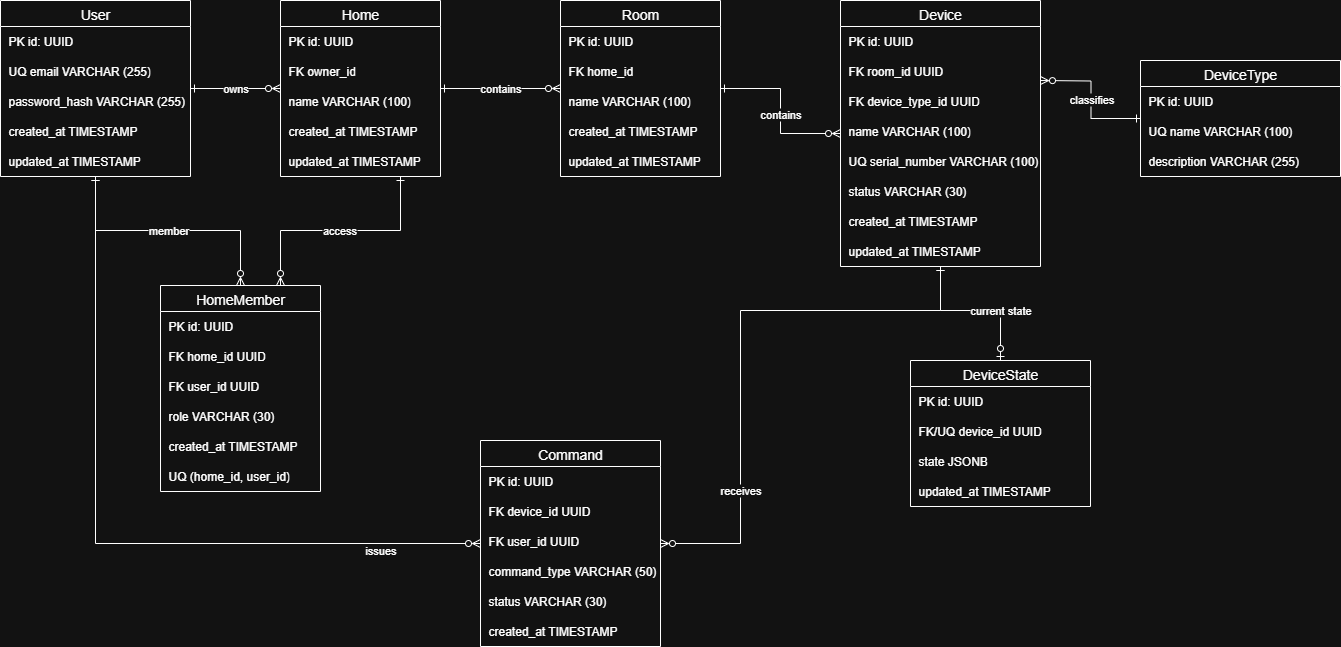
Above: projects/smart-home/erd/smart-home_erd_v2.png in dim5679-byte/system-analyst-portfolio (draw.io), before the change. Source tidied: cells renumbered, new cells last; positions are measured from the earlier drawing's top-left corner, leaving out a move shared by most shapes.
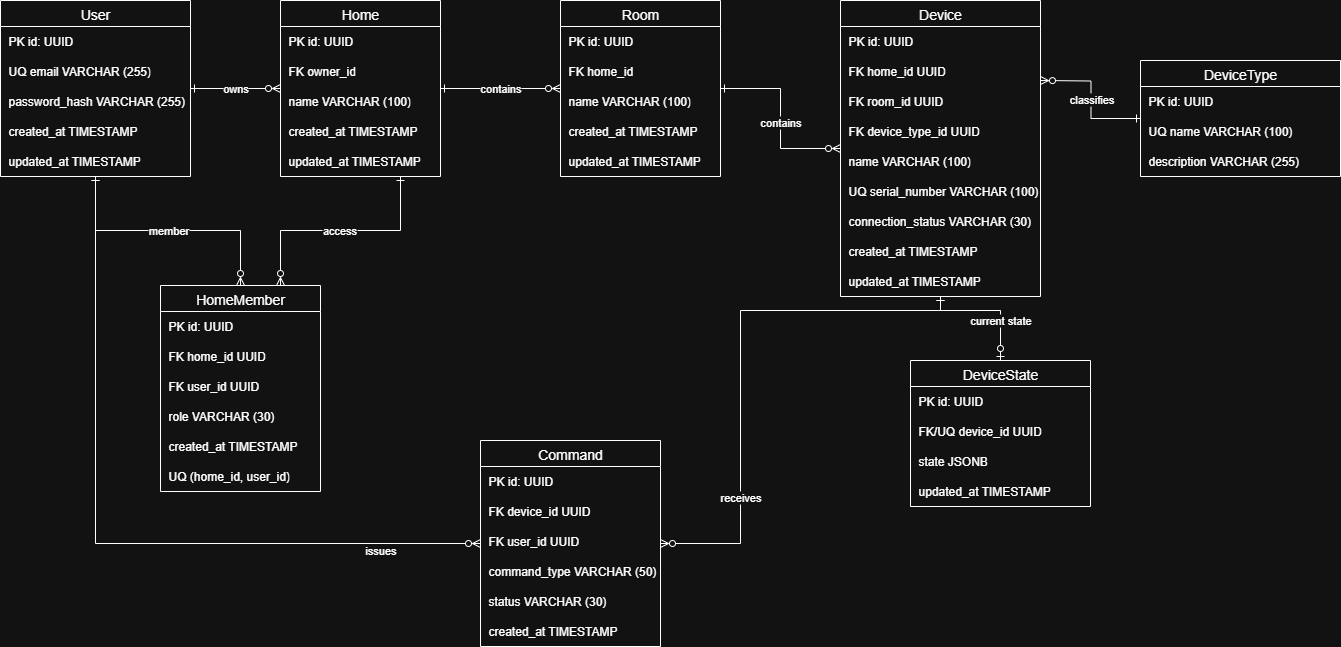
After the commit.

Commit message:
sql: add initial PostgreSQL schema

Create the initial PostgreSQL schema based on the Smart Home ERD,
including tables, primary keys, foreign keys, and basic constraints.

The edit, as a diff of the source:
```diff
@@ -57,31 +57,34 @@
       <mxGeometry y="146" width="160" height="30" as="geometry" />
     </mxCell>
     <mxCell id="20" value="Device" style="swimlane;fontStyle=0;horizontal=1;startSize=26;align=center;fontSize=14;" parent="1" vertex="1">
-      <mxGeometry x="840" width="200" height="266" as="geometry" />
+      <mxGeometry x="840" width="200" height="296" as="geometry" />
     </mxCell>
     <mxCell id="21" value="PK id: UUID" style="shape=partialRectangle;fillColor=none;top=0;left=0;bottom=0;right=0;align=left;spacingLeft=6;overflow=hidden;whiteSpace=wrap;html=1;" parent="20" vertex="1">
       <mxGeometry y="26" width="200" height="30" as="geometry" />
     </mxCell>
+    <mxCell id="61" value="FK home_id UUID" style="shape=partialRectangle;fillColor=none;top=0;left=0;bottom=0;right=0;align=left;spacingLeft=6;overflow=hidden;whiteSpace=wrap;html=1;" parent="20" vertex="1">
+      <mxGeometry y="56" width="200" height="30" as="geometry" />
+    </mxCell>
     <mxCell id="22" value="FK room_id UUID" style="shape=partialRectangle;fillColor=none;top=0;left=0;bottom=0;right=0;align=left;spacingLeft=6;overflow=hidden;whiteSpace=wrap;html=1;" parent="20" vertex="1">
-      <mxGeometry y="56" width="200" height="30" as="geometry" />
+      <mxGeometry y="86" width="200" height="30" as="geometry" />
     </mxCell>
     <mxCell id="23" value="FK device_type_id UUID" style="shape=partialRectangle;fillColor=none;top=0;left=0;bottom=0;right=0;align=left;spacingLeft=6;overflow=hidden;whiteSpace=wrap;html=1;" parent="20" vertex="1">
-      <mxGeometry y="86" width="200" height="30" as="geometry" />
+      <mxGeometry y="116" width="200" height="30" as="geometry" />
     </mxCell>
     <mxCell id="24" value="name VARCHAR (100)" style="shape=partialRectangle;fillColor=none;top=0;left=0;bottom=0;right=0;align=left;spacingLeft=6;overflow=hidden;whiteSpace=wrap;html=1;" parent="20" vertex="1">
-      <mxGeometry y="116" width="200" height="30" as="geometry" />
+      <mxGeometry y="146" width="200" height="30" as="geometry" />
     </mxCell>
     <mxCell id="25" value="UQ serial_number&amp;nbsp;&lt;span style=&quot;color: rgba(0, 0, 0, 0); font-family: monospace; font-size: 0px; text-wrap-mode: nowrap;&quot;&gt;&lt;span style=&quot;color: rgb(255, 255, 255); font-family: Helvetica; font-size: 12px; text-wrap-mode: wrap;&quot;&gt;VARCHAR (100)&lt;/span&gt;%3CmxGraphModel%3E%3Croot%3E%3CmxCell%20id%3D%220%22%2F%3E%3CmxCell%20id%3D%221%22%20parent%3D%220%22%2F%3E%3CmxCell%20id%3D%222%22%20value%3D%22created_at%22%20style%3D%22shape%3DpartialRectangle%3Bconnectable%3D0%3BfillColor%3Dnone%3Btop%3D0%3Bleft%3D0%3Bbottom%3D0%3Bright%3D0%3Balign%3Dleft%3BspacingLeft%3D6%3Boverflow%3Dhidden%3BwhiteSpace%3Dwrap%3Bhtml%3D1%3B%22%20vertex%3D%221%22%20parent%3D%221%22%3E%3CmxGeometry%20x%3D%221020%22%20y%3D%22442%22%20width%3D%22160%22%20height%3D%2230%22%20as%3D%22geometry%22%3E%3CmxRectangle%20width%3D%22150%22%20height%3D%2230%22%20as%3D%22alternateBounds%22%2F%3E%3C%2FmxGeometry%3E%3C%2FmxCell%3E%3C%2Froot%3E%3C%2FmxGraphModel%3E&lt;/span&gt;&lt;span style=&quot;color: rgba(0, 0, 0, 0); font-family: monospace; font-size: 0px; text-wrap-mode: nowrap;&quot;&gt;%3CmxGraphModel%3E%3Croot%3E%3CmxCell%20id%3D%220%22%2F%3E%3CmxCell%20id%3D%221%22%20parent%3D%220%22%2F%3E%3CmxCell%20id%3D%222%22%20value%3D%22created_at%22%20style%3D%22shape%3DpartialRectangle%3Bconnectable%3D0%3BfillColor%3Dnone%3Btop%3D0%3Bleft%3D0%3Bbottom%3D0%3Bright%3D0%3Balign%3Dleft%3BspacingLeft%3D6%3Boverflow%3Dhidden%3BwhiteSpace%3Dwrap%3Bhtml%3D1%3B%22%20vertex%3D%221%22%20parent%3D%221%22%3E%3CmxGeometry%20x%3D%221020%22%20y%3D%22442%22%20width%3D%22160%22%20height%3D%2230%22%20as%3D%22geometry%22%3E%3CmxRectangle%20width%3D%22150%22%20height%3D%2230%22%20as%3D%22alternateBounds%22%2F%3E%3C%2FmxGeometry%3E%3C%2FmxCell%3E%3C%2Froot%3E%3C%2FmxGraphModel%3E&lt;/span&gt;" style="shape=partialRectangle;fillColor=none;top=0;left=0;bottom=0;right=0;align=left;spacingLeft=6;overflow=hidden;whiteSpace=wrap;html=1;" parent="20" vertex="1">
-      <mxGeometry y="146" width="200" height="30" as="geometry" />
+      <mxGeometry y="176" width="200" height="30" as="geometry" />
     </mxCell>
-    <mxCell id="26" value="status VARCHAR (30)" style="shape=partialRectangle;fillColor=none;top=0;left=0;bottom=0;right=0;align=left;spacingLeft=6;overflow=hidden;whiteSpace=wrap;html=1;" parent="20" vertex="1">
-      <mxGeometry y="176" width="200" height="30" as="geometry" />
+    <mxCell id="26" value="connection_status&amp;nbsp;VARCHAR (30)" style="shape=partialRectangle;fillColor=none;top=0;left=0;bottom=0;right=0;align=left;spacingLeft=6;overflow=hidden;whiteSpace=wrap;html=1;" parent="20" vertex="1">
+      <mxGeometry y="206" width="200" height="30" as="geometry" />
     </mxCell>
     <mxCell id="27" value="created_at TIMESTAMP" style="shape=partialRectangle;fillColor=none;top=0;left=0;bottom=0;right=0;align=left;spacingLeft=6;overflow=hidden;whiteSpace=wrap;html=1;" parent="20" vertex="1">
-      <mxGeometry y="206" width="200" height="30" as="geometry" />
+      <mxGeometry y="236" width="200" height="30" as="geometry" />
     </mxCell>
     <mxCell id="28" value="updated_at TIMESTAMP" style="shape=partialRectangle;fillColor=none;top=0;left=0;bottom=0;right=0;align=left;spacingLeft=6;overflow=hidden;whiteSpace=wrap;html=1;" parent="20" vertex="1">
-      <mxGeometry y="236" width="200" height="30" as="geometry" />
+      <mxGeometry y="266" width="200" height="30" as="geometry" />
     </mxCell>
     <mxCell id="29" value="HomeMember" style="swimlane;fontStyle=0;horizontal=1;startSize=26;align=center;fontSize=14;" parent="1" vertex="1">
       <mxGeometry x="160" y="285" width="160" height="206" as="geometry" />
```
